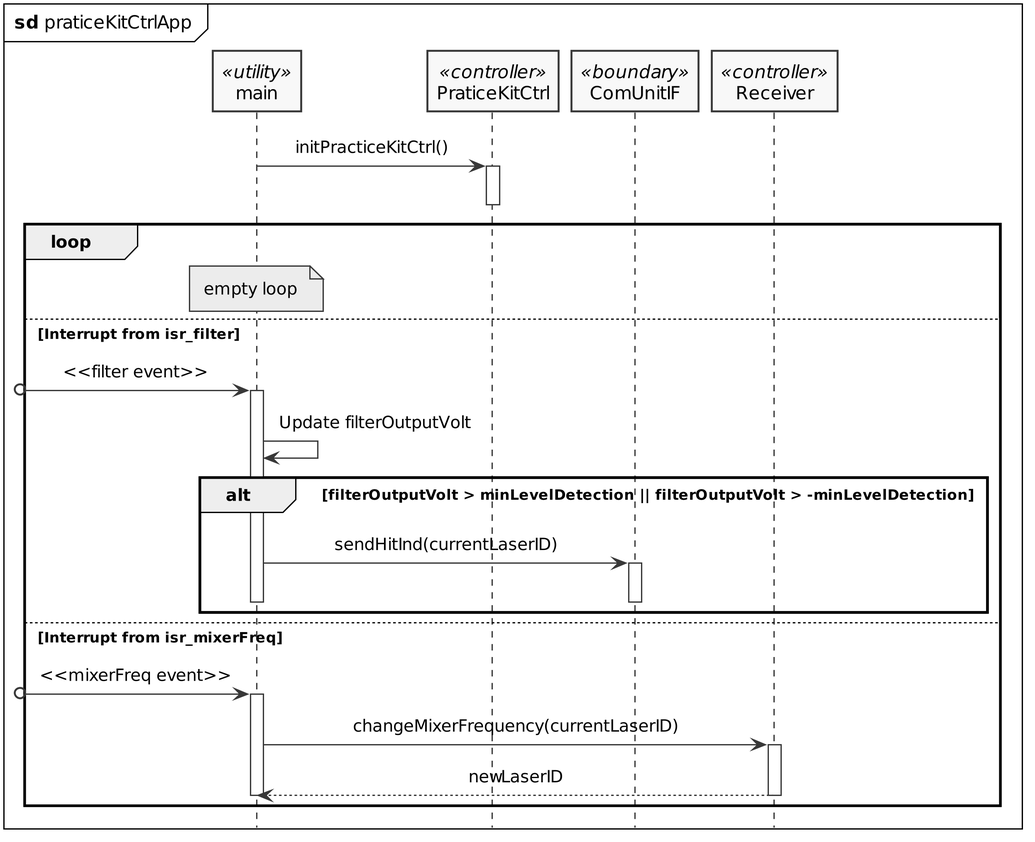
Before: PlantUML/out/practiceKitCtrlApp_sd.png, a diagram exported from PlantUML (LasseKrarup/Laser-Tag-Project).
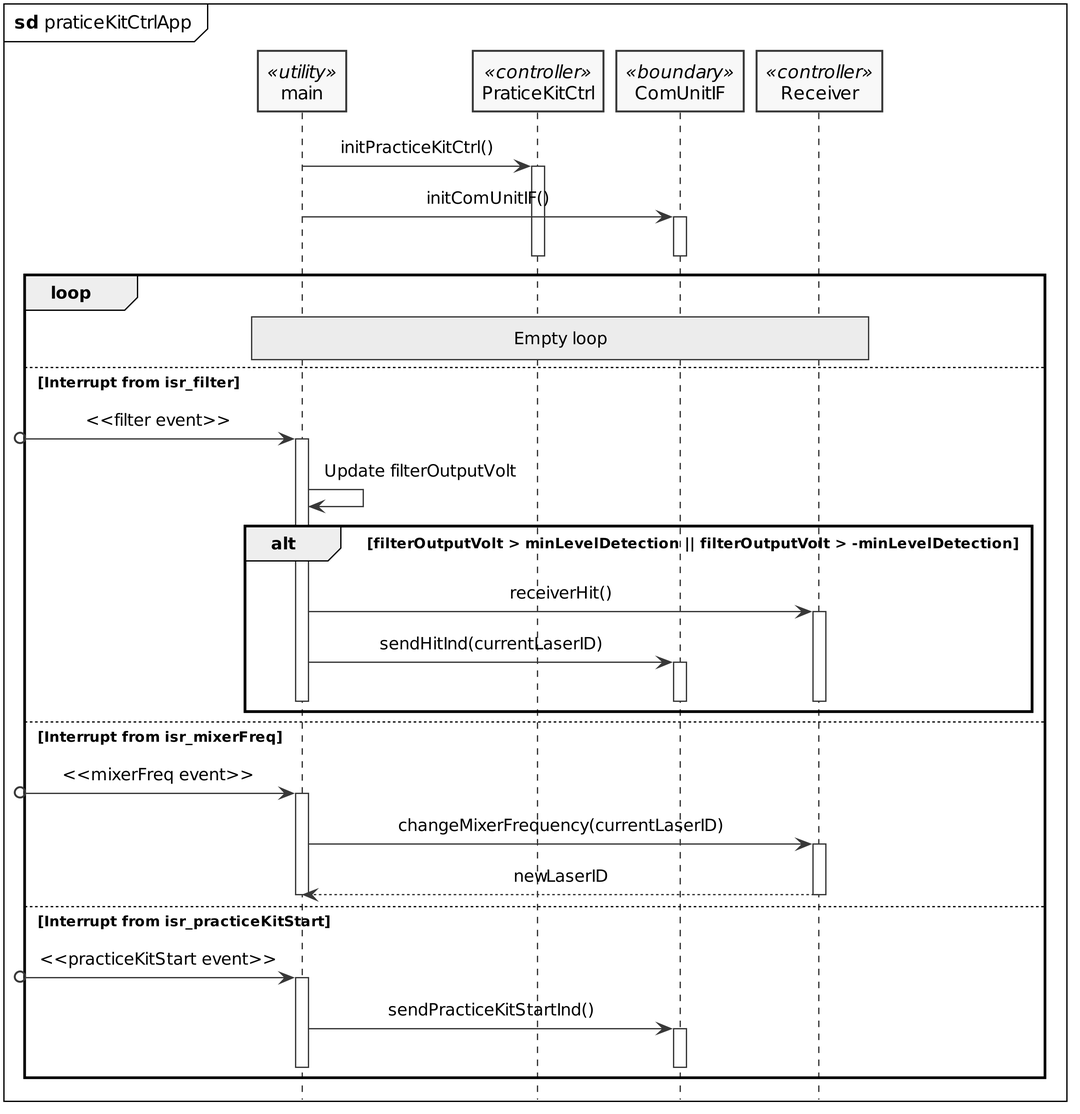
After the commit.

What changed in the source:
```diff
@@ -19,11 +19,12 @@
 participant Receiver <<controller>>
 
 main -> PraticeKitCtrl++: initPracticeKitCtrl()
+main -> ComUnitIF++: initComUnitIF()
 deactivate PraticeKitCtrl
+deactivate ComUnitIF
 
 loop
-
-    note over main : empty loop
+    rnote over main, Receiver : Empty loop
 
     else Interrupt from isr_filter
     [o-> main: <<filter event>>
@@ -32,8 +33,10 @@
     main -> main: Update filterOutputVolt
 
     alt filterOutputVolt > minLevelDetection || filterOutputVolt > -minLevelDetection
+        main -> Receiver++: receiverHit()
         main -> ComUnitIF++: sendHitInd(currentLaserID)
         deactivate main
+        deactivate Receiver
         deactivate ComUnitIF
     end
 
@@ -43,6 +46,13 @@
     main -> Receiver++: changeMixerFrequency(currentLaserID)
     return newLaserID
     deactivate main
+
+    else Interrupt from isr_practiceKitStart
+    [o-> main: <<practiceKitStart event>>
+    activate main
+    main -> ComUnitIF++: sendPracticeKitStartInd()
+    deactivate main
+    deactivate ComUnitIF
 end
 
 @enduml
```
